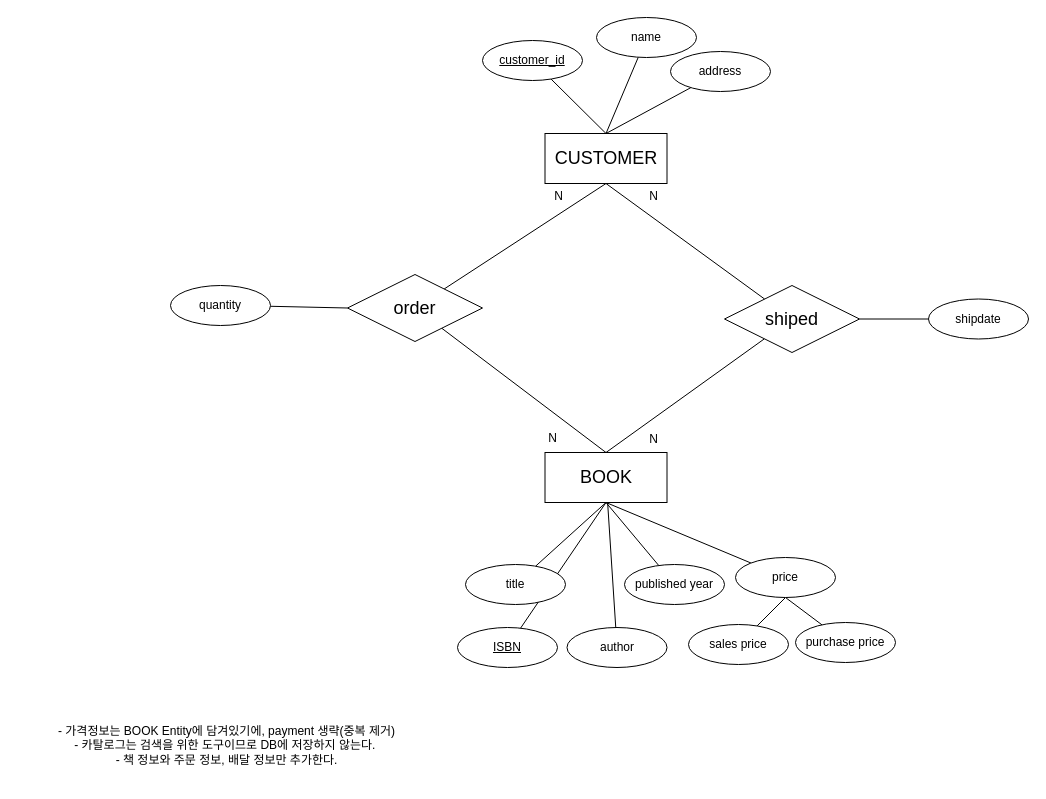
Before: DBStudio/DBStudio_Ass4_Bookstore.drawio in cobinding/draw.io_collection, a draw.io diagram. Source tidied: cells renumbered, new cells numbered last; positions are measured from the earlier drawing's top-left corner, leaving out a move shared by most shapes. Both pictures are drawn from the tidied source at 100%, with x=0, y=0 at pixel (17, 17).
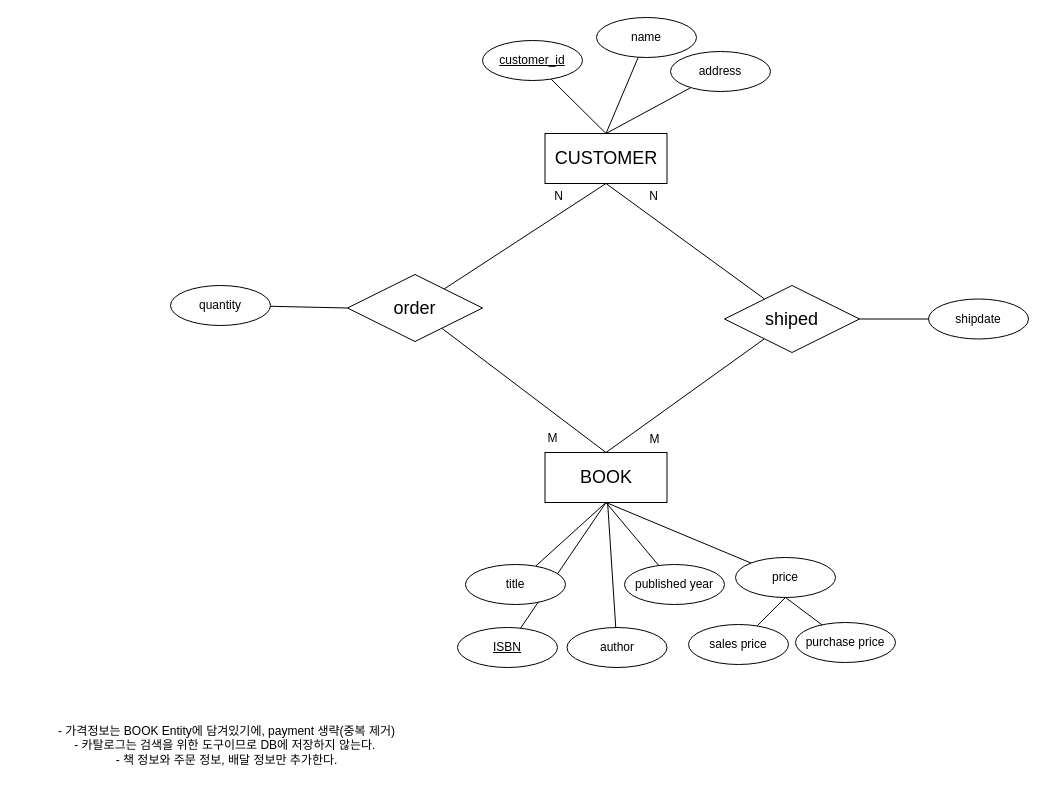
The same diagram, later.

The edit, as a diff of the source:
```diff
@@
-    <mxCell id="36" value="N" style="text;html=1;align=center;verticalAlign=middle;strokeColor=none;fillColor=none;" parent="1" vertex="1">
-      <mxGeometry x="521" y="408" width="27" height="26" as="geometry" />
+    <mxCell id="36" value="M" style="text;html=1;align=center;verticalAlign=middle;strokeColor=none;fillColor=none;" parent="1" vertex="1">
+      <mxGeometry x="521" y="408" width="28" height="26" as="geometry" />
     </mxCell>
-    <mxCell id="37" value="N" style="text;html=1;align=center;verticalAlign=middle;strokeColor=none;fillColor=none;" parent="1" vertex="1">
-      <mxGeometry x="622.5" y="409" width="27" height="26" as="geometry" />
+    <mxCell id="37" value="M" style="text;html=1;align=center;verticalAlign=middle;strokeColor=none;fillColor=none;" parent="1" vertex="1">
+      <mxGeometry x="622.5" y="409" width="28" height="26" as="geometry" />
     </mxCell>
```
